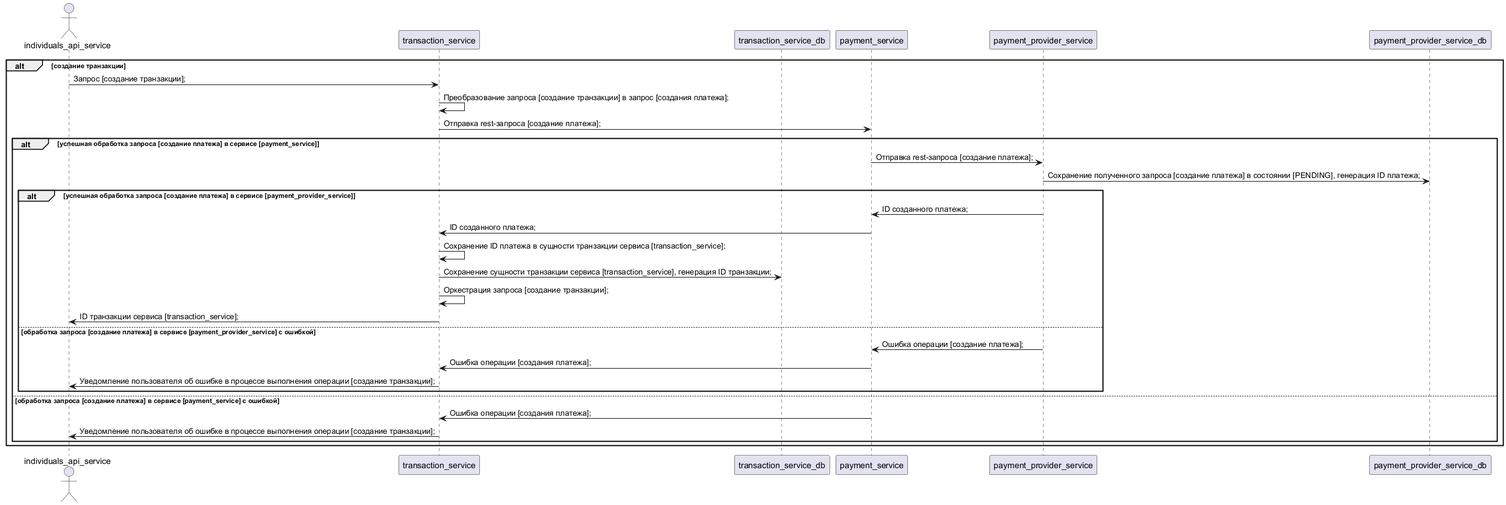
The PlantUML diagram diagrams/transaction-service-interaction/create-payment/create_payment_on_payment_service_uml.png in U-235-92/payment-system, before a commit. The source it was exported from:
```plantuml
@startuml

actor individuals_api_service
participant transaction_service
participant transaction_service_db
participant payment_service
participant payment_provider_service
participant payment_provider_service_db

alt создание транзакции
	individuals_api_service -> transaction_service : Запрос [создание транзакции];
	transaction_service -> transaction_service : Преобразование запроса [создание транзакции] в запрос [создания платежа];
	transaction_service -> payment_service : Отправка rest-запроса [создание платежа];
	alt успешная обработка запроса [создание платежа] в сервисе [payment_service]
		payment_service -> payment_provider_service : Отправка rest-запроса [создание платежа];
		payment_provider_service -> payment_provider_service_db : Сохранение полученного запроса [создание платежа] в состоянии [PENDING], генерация ID платежа;
		alt успешная обработка запроса [создание платежа] в сервисе [payment_provider_service]
			payment_provider_service -> payment_service : ID созданного платежа;
			payment_service -> transaction_service : ID созданного платежа;
			transaction_service -> transaction_service : Сохранение ID платежа в сущности транзакции сервиса [transaction_service];
			transaction_service -> transaction_service_db : Сохранение сущности транзакции сервиса [transaction_service], генерация ID транзакции;
			transaction_service -> transaction_service : Оркестрация запроса [создание транзакции];
			transaction_service -> individuals_api_service : ID транзакции сервиса [transaction_service];
		else обработка запроса [создание платежа] в сервисе [payment_provider_service] с ошибкой
			payment_provider_service -> payment_service : Ошибка операции [создание платежа];
			payment_service -> transaction_service : Ошибка операции [создания платежа];
			transaction_service -> individuals_api_service : Уведомление пользователя об ошибке в процессе выполнения операции [создание транзакции];
		end
	else обработка запроса [создание платежа] в сервисе [payment_service] с ошибкой
		payment_service -> transaction_service : Ошибка операции [создания платежа];
		transaction_service -> individuals_api_service : Уведомление пользователя об ошибке в процессе выполнения операции [создание транзакции];
	end
end

@enduml
```
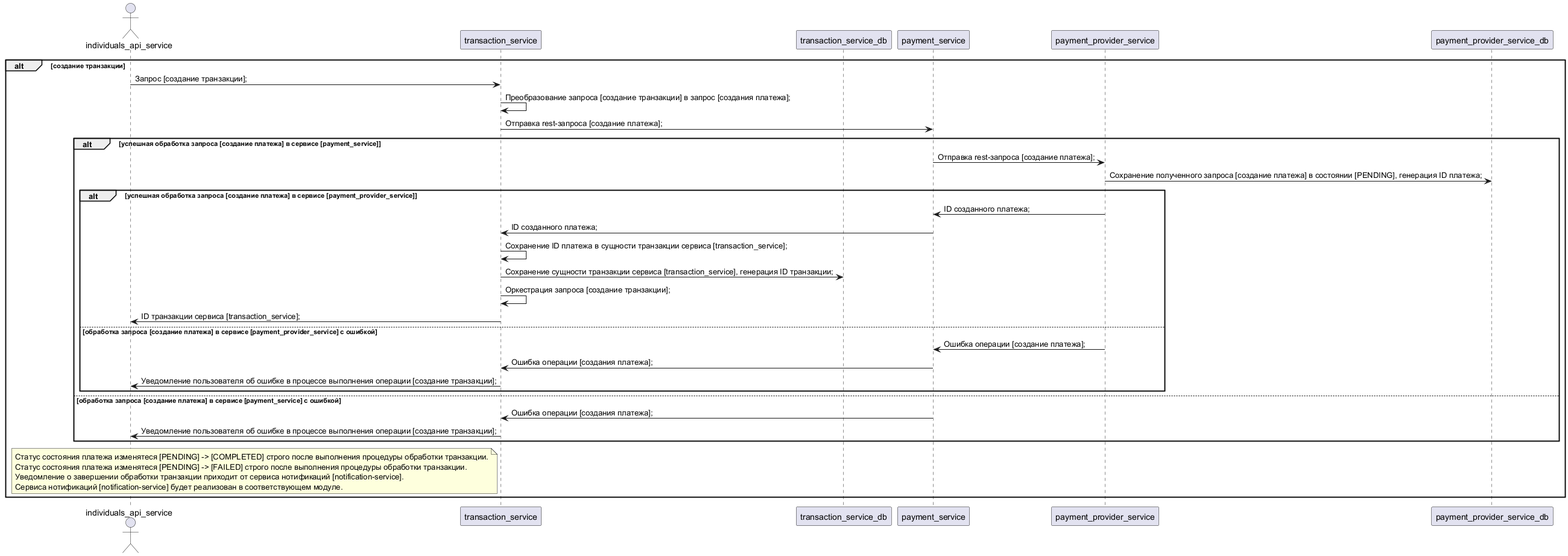
Later version of the same file.

Commit message:
Module #6. V30_09_2026. Update [diagrams]. Updated note for create_payment_uml diagram.

The edit, as a diff of the source:
```diff
@@ -30,6 +30,12 @@
 		payment_service -> transaction_service : Ошибка операции [создания платежа];
 		transaction_service -> individuals_api_service : Уведомление пользователя об ошибке в процессе выполнения операции [создание транзакции];
 	end
+	note left transaction_service
+		Статус состояния платежа изменятеся [PENDING] -> [COMPLETED] строго после выполнения процедуры обработки транзакции.
+		Статус состояния платежа изменятеся [PENDING] -> [FAILED] строго после выполнения процедуры обработки транзакции.
+		Уведомление о завершении обработки транзакции приходит от сервиса нотификаций [notification-service].
+		Сервиса нотификаций [notification-service] будет реализован в соответствующем модуле.
+	end note
 end
 
 @enduml
```
